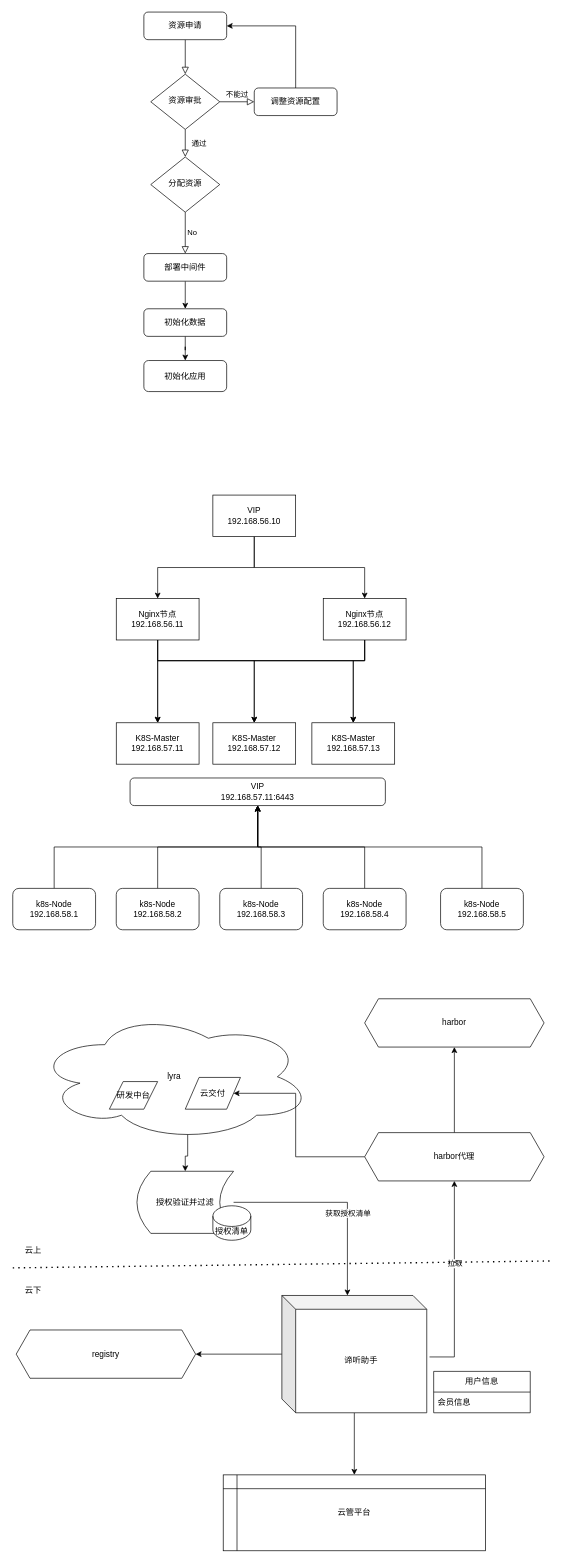
The draw.io diagram 精卫助手.drawio in Snuger/draw, before the edit. Source tidied: cells renumbered, new cells numbered last; positions are measured from the earlier drawing's top-left corner, leaving out a move shared by most shapes. Both pictures are drawn from the tidied source at 69%, with x=0, y=0 at pixel (12, 12).
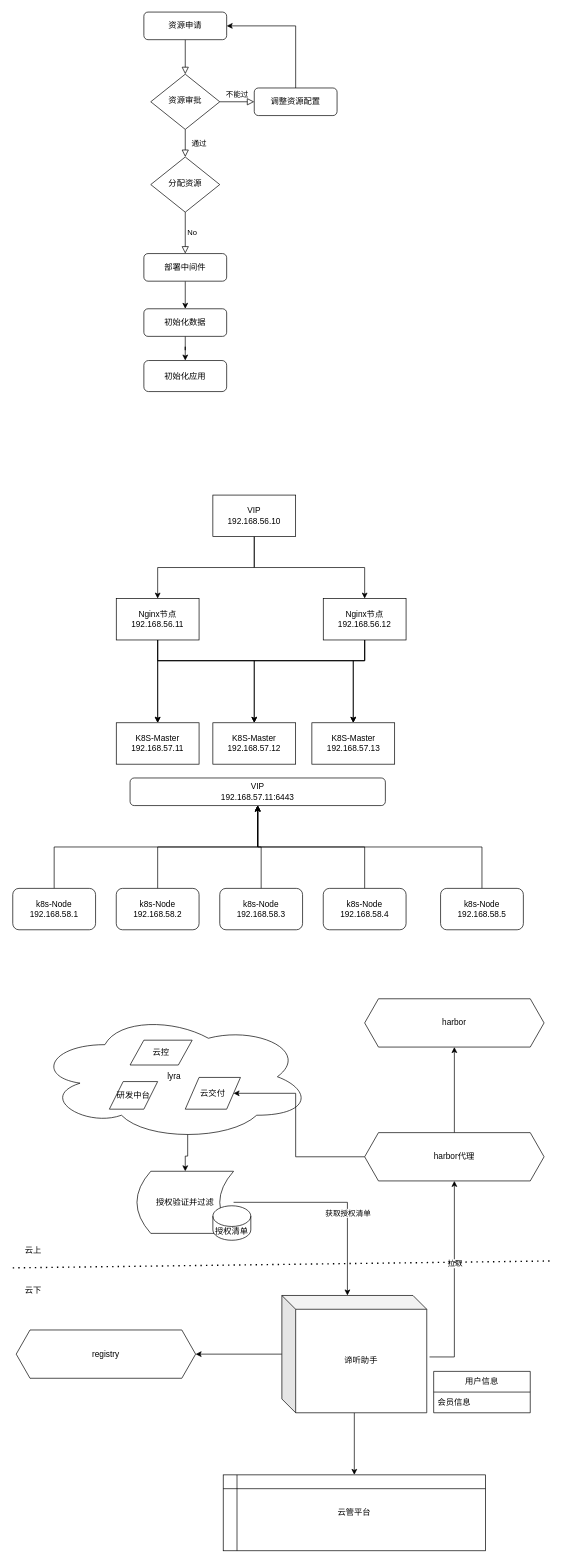
The same diagram, later.

Commit message:
更新精卫助手.drawio

Diff of the diagram source:
```diff
@@
+    <mxCell id="65" value="云控" style="shape=parallelogram;perimeter=parallelogramPerimeter;whiteSpace=wrap;html=1;fixedSize=1;" parent="1" vertex="1">
+      <mxGeometry x="170" y="1490" width="90" height="36" as="geometry" />
+    </mxCell>
```
